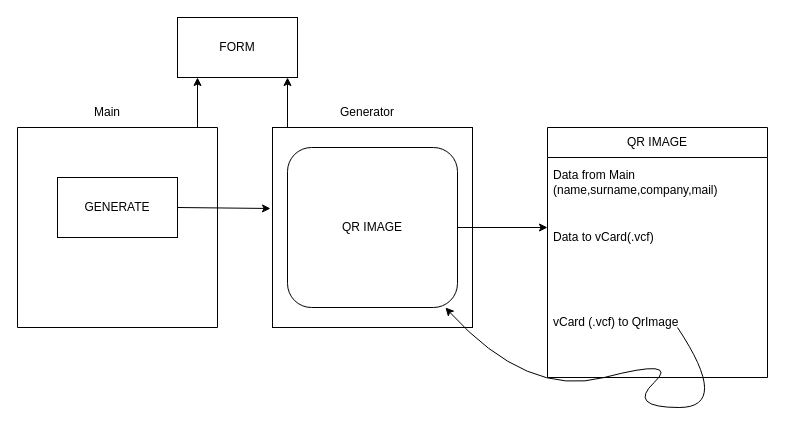
FilipB20/QR-Generator keeps this draw.io diagram as Untitled Diagram.drawio. Above is the earlier version. Source tidied: cells renumbered, new cells numbered last; positions are measured from the earlier drawing's top-left corner, leaving out a move shared by most shapes. Both pictures are drawn from the tidied source at 100%, with x=0, y=0 at pixel (17, 17).
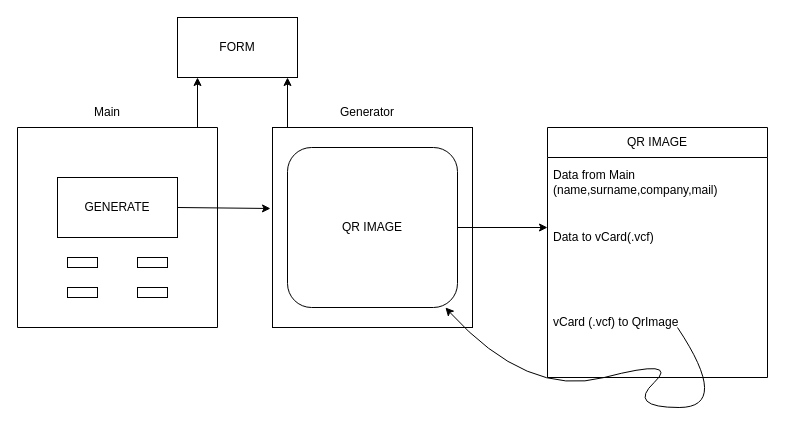
The same page after the edit.

Unchanged cells that the change refers to:
```xml
<mxCell id="5" style="swimlane;startSize=0;" parent="1" vertex="1">
  <mxGeometry y="110" width="200" height="200" as="geometry" />
</mxCell>
```

What changed in the source:
```diff
@@
+    <mxCell id="19" style="rounded=0;whiteSpace=wrap;html=1;" parent="5" vertex="1">
+      <mxGeometry x="120" y="130" width="30" height="10" as="geometry" />
+    </mxCell>
+    <mxCell id="20" style="rounded=0;whiteSpace=wrap;html=1;" parent="5" vertex="1">
+      <mxGeometry x="50" y="130" width="30" height="10" as="geometry" />
+    </mxCell>
+    <mxCell id="21" style="rounded=0;whiteSpace=wrap;html=1;" parent="5" vertex="1">
+      <mxGeometry x="50" y="160" width="30" height="10" as="geometry" />
+    </mxCell>
+    <mxCell id="22" style="rounded=0;whiteSpace=wrap;html=1;" parent="5" vertex="1">
+      <mxGeometry x="120" y="160" width="30" height="10" as="geometry" />
+    </mxCell>
```
